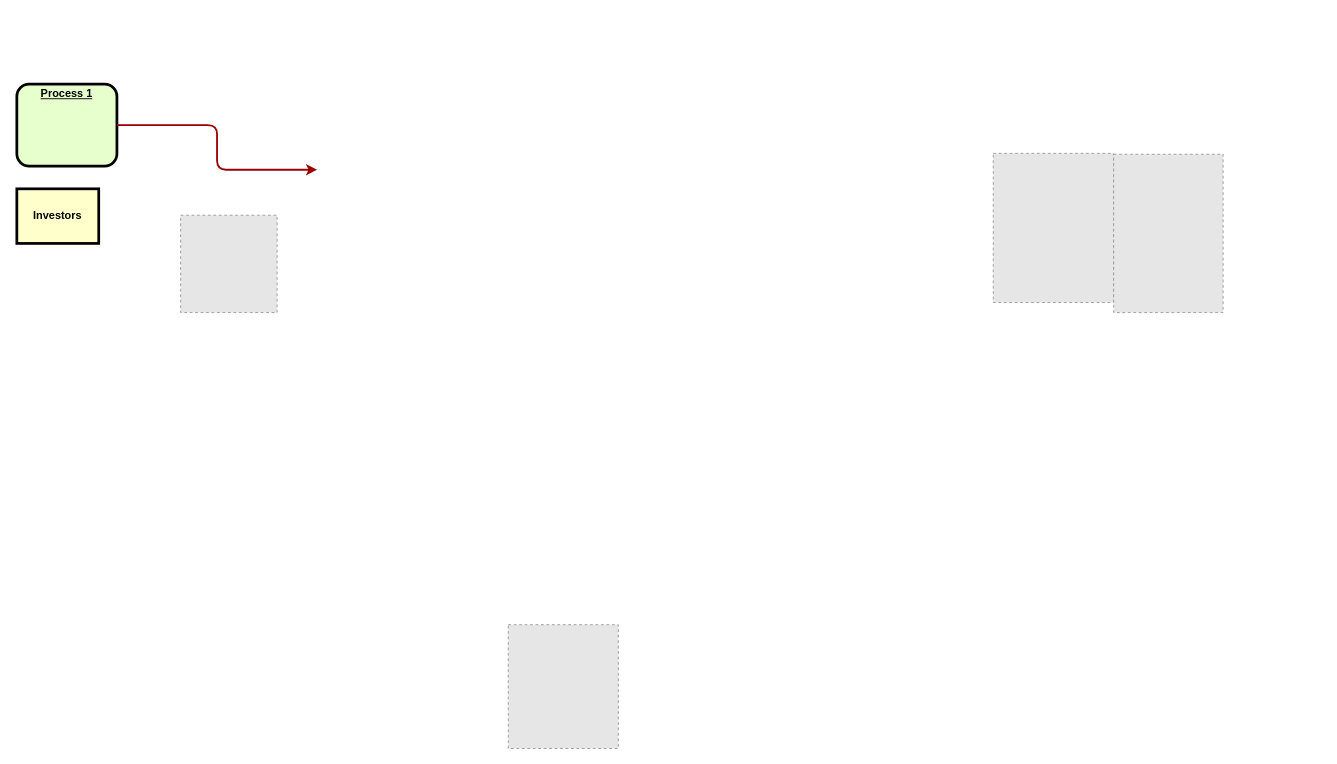
Above: 毕业论文框架图.drawio in KirisaameMarisa/draw.io (draw.io), before the change. Source tidied: cells renumbered, new cells numbered last; positions are measured from the earlier drawing's top-left corner, leaving out a move shared by most shapes. Both pictures are drawn from the tidied source at 91%, with x=0, y=0 at pixel (16, 84). Pictures stored in the file or linked from it are replaced by grey dashed boxes.
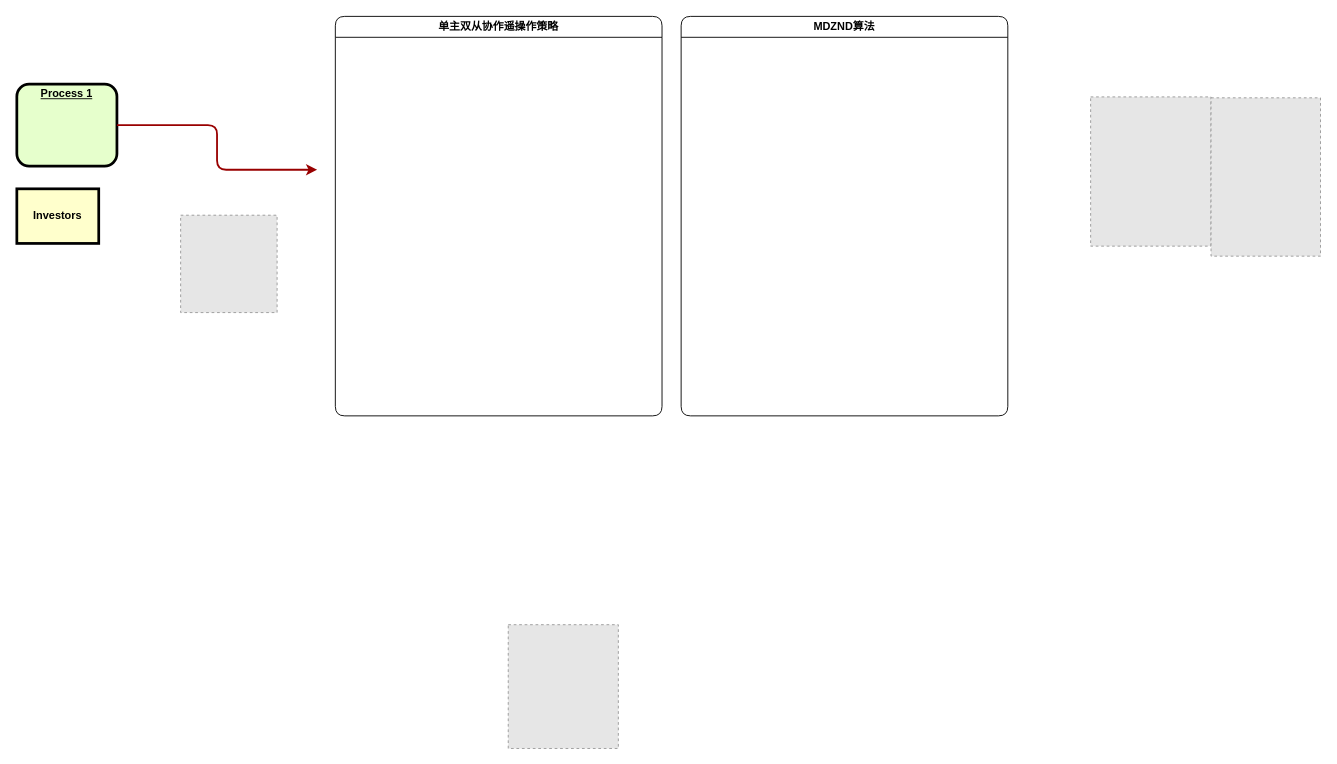
Above is the later version.

Commit message (it also covers changes not shown here):
更新毕业论文框架图.drawio

The edit, as a diff of the source:
```diff
@@
 <mxGraphModel>
   <root>
     <mxCell id="0" />
     <mxCell id="1" parent="0" />
     <mxCell id="2" value="&lt;p style=&quot;margin: 0px; margin-top: 4px; text-align: center; text-decoration: underline;&quot;&gt;&lt;strong&gt;Process 1&lt;/strong&gt;&lt;/p&gt;&lt;p style=&quot;margin: 0px; margin-left: 8px;&quot;&gt;&lt;br&gt;&lt;/p&gt;" style="verticalAlign=middle;align=center;overflow=fill;fontSize=12;fontFamily=Helvetica;html=1;rounded=1;fontStyle=1;strokeWidth=3;fillColor=#E6FFCC;" parent="1" vertex="1">
       <mxGeometry width="110" height="90" as="geometry" />
     </mxCell>
     <mxCell id="3" value="Investors" style="whiteSpace=wrap;align=center;verticalAlign=middle;fontStyle=1;strokeWidth=3;fillColor=#FFFFCC;" parent="1" vertex="1">
       <mxGeometry y="115" width="90" height="60" as="geometry" />
     </mxCell>
     <mxCell id="4" style="edgeStyle=elbowEdgeStyle;elbow=horizontal;strokeColor=#990000;strokeWidth=2;" parent="1" edge="1" source="2">
       <mxGeometry relative="1" as="geometry">
         <mxPoint x="330" y="94" as="targetPoint" />
       </mxGeometry>
     </mxCell>
     <mxCell id="5" style="fillColor=#E6E6E6;strokeColor=#999999;dashed=1;verticalLabelPosition=bottom;labelBackgroundColor=default;verticalAlign=top;" parent="1" vertex="1">
       <mxGeometry x="180" y="144" width="106" height="107" as="geometry" />
     </mxCell>
+    <mxCell id="8" style="fillColor=#E6E6E6;strokeColor=#999999;dashed=1;verticalLabelPosition=bottom;labelBackgroundColor=default;verticalAlign=top;" parent="1" vertex="1">
+      <mxGeometry x="540" y="594" width="121" height="136" as="geometry" />
+    </mxCell>
+    <mxCell id="9" value="单主双从协作遥操作策略" style="swimlane;whiteSpace=wrap;html=1;rounded=1;" parent="1" vertex="1">
+      <mxGeometry x="350" y="-74.5" width="359" height="439" as="geometry" />
+    </mxCell>
+    <mxCell id="10" value="MDZND算法" style="swimlane;whiteSpace=wrap;html=1;rounded=1;" parent="1" vertex="1">
+      <mxGeometry x="730" y="-74.5" width="359" height="439" as="geometry" />
+    </mxCell>
+    <mxCell id="11" style="group;" parent="1" vertex="1">
+      <mxGeometry x="1180" y="14" width="252.6" height="175" as="geometry" />
+    </mxCell>
-    <mxCell id="6" style="fillColor=#E6E6E6;strokeColor=#999999;dashed=1;verticalLabelPosition=bottom;labelBackgroundColor=default;verticalAlign=top;" parent="1" vertex="1">
-      <mxGeometry x="1073" y="76" width="132.3" height="164" as="geometry" />
+    <mxCell id="6" style="fillColor=#E6E6E6;strokeColor=#999999;dashed=1;verticalLabelPosition=bottom;labelBackgroundColor=default;verticalAlign=top;" parent="11" vertex="1">
+      <mxGeometry width="132.3" height="164" as="geometry" />
     </mxCell>
-    <mxCell id="7" style="fillColor=#E6E6E6;strokeColor=#999999;dashed=1;verticalLabelPosition=bottom;labelBackgroundColor=default;verticalAlign=top;" parent="1" vertex="1">
-      <mxGeometry x="1205.3" y="77" width="120.3" height="174" as="geometry" />
+    <mxCell id="7" style="fillColor=#E6E6E6;strokeColor=#999999;dashed=1;verticalLabelPosition=bottom;labelBackgroundColor=default;verticalAlign=top;" parent="11" vertex="1">
+      <mxGeometry x="132.3" y="1" width="120.3" height="174" as="geometry" />
     </mxCell>
-    <mxCell id="8" style="fillColor=#E6E6E6;strokeColor=#999999;dashed=1;verticalLabelPosition=bottom;labelBackgroundColor=default;verticalAlign=top;" parent="1" vertex="1">
-      <mxGeometry x="540" y="594" width="121" height="136" as="geometry" />
-    </mxCell>
   </root>
 </mxGraphModel>
```
